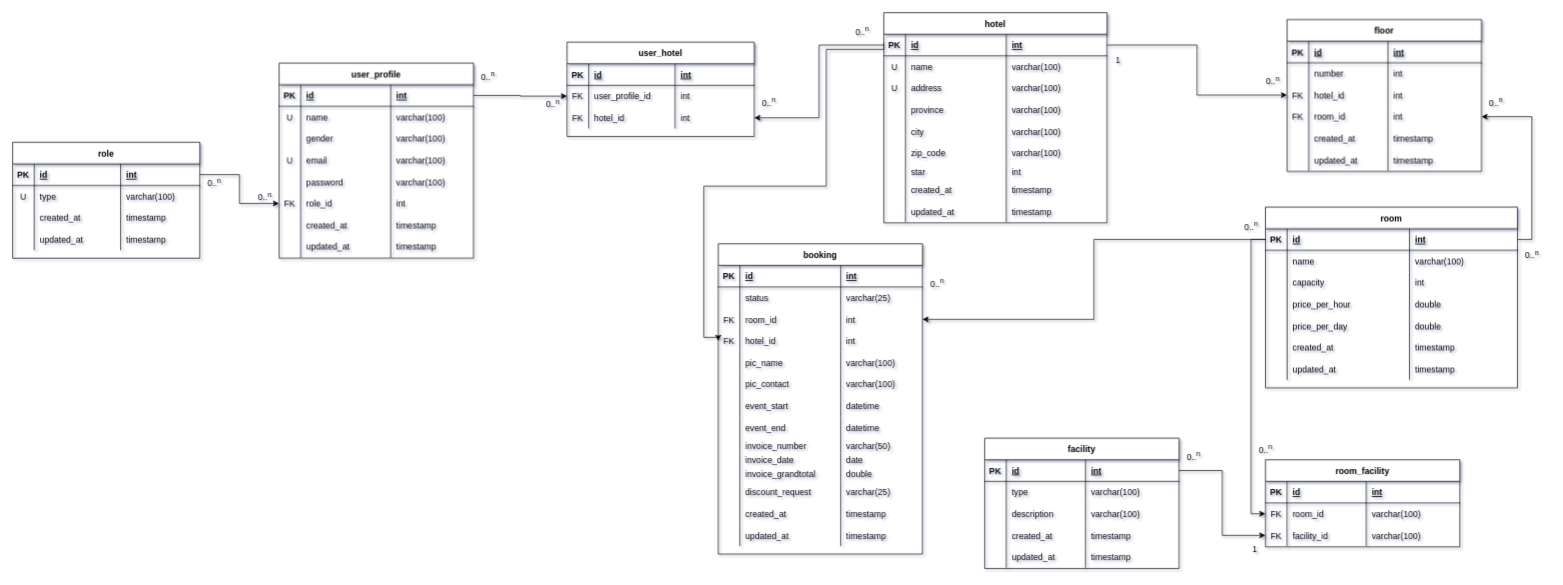
Earlier version of the draw.io diagram page "NEW ERD Master" (4 of 4) of entity_relationship_diagram/Booking_hotel.drawio (ariejanuarb/hotel_booking). Source tidied: cells renumbered, new cells numbered last; positions are measured from the earlier drawing's top-left corner, leaving out a move shared by most shapes. Both pictures are drawn from the tidied source at 72%, with x=0, y=0 at pixel (12, 12).
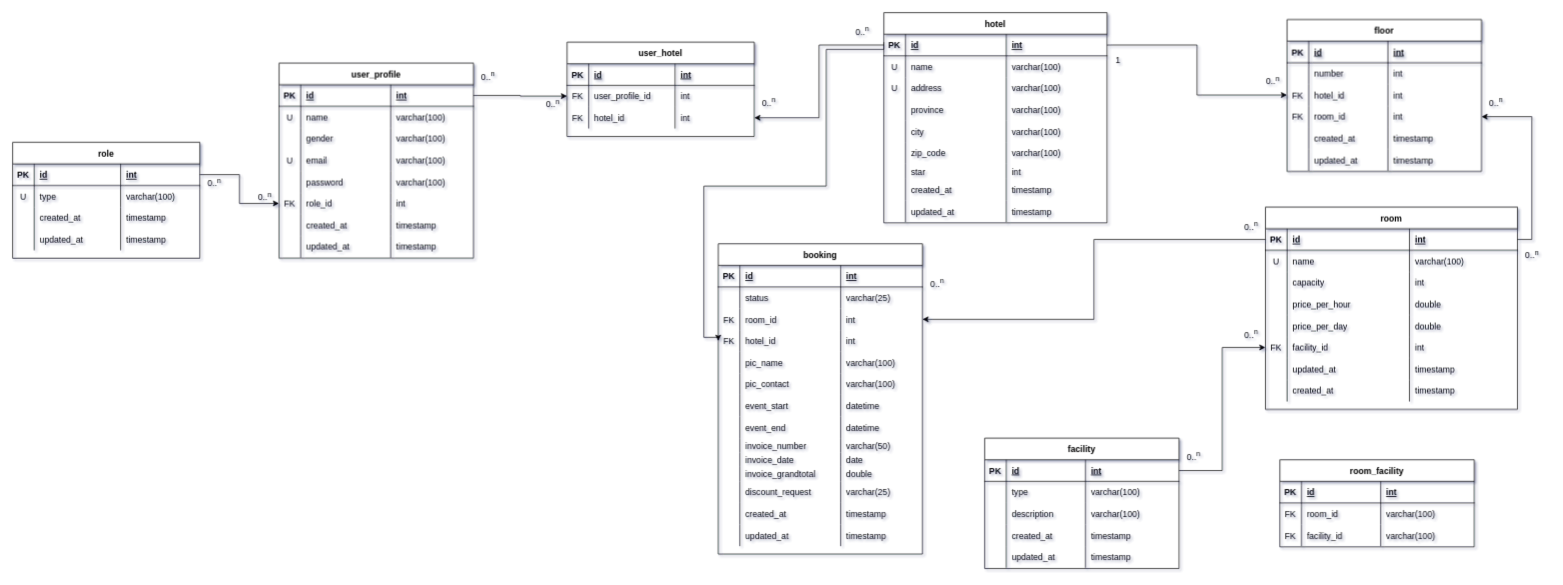
The same page after the edit.

Unchanged cells that the change refers to:
```xml
<mxCell id="78" style="shape=partialRectangle;fillColor=none;points=[[0,0.5],[1,0.5]];portConstraint=eastwest;top=0;left=0;right=0;bottom=1;" parent="77" vertex="1">
  <mxGeometry y="30" width="350" height="30" as="geometry" />
</mxCell>
<mxCell id="82" style="shape=partialRectangle;fillColor=none;top=0;left=0;right=0;bottom=0;" parent="77" vertex="1">
  <mxGeometry y="60" width="350" height="30" as="geometry" />
</mxCell>
<mxCell id="98" style="shape=partialRectangle;fillColor=none;points=[[0,0.5],[1,0.5]];portConstraint=eastwest;top=0;left=0;right=0;bottom=0;" parent="77" vertex="1">
  <mxGeometry y="180" width="350" height="30" as="geometry" />
</mxCell>
<mxCell id="206" style="shape=partialRectangle;fillColor=none;points=[[0,0.5],[1,0.5]];portConstraint=eastwest;top=0;left=0;right=0;bottom=1;" parent="205" vertex="1">
  <mxGeometry y="30" width="270" height="30" as="geometry" />
</mxCell>
<mxCell id="236" style="shape=partialRectangle;fillColor=none;points=[[0,0.5],[1,0.5]];portConstraint=eastwest;top=0;left=0;right=0;bottom=0;" parent="231" vertex="1">
  <mxGeometry y="60" width="270" height="30" as="geometry" />
</mxCell>
<mxCell id="240" style="shape=partialRectangle;fillColor=none;points=[[0,0.5],[1,0.5]];portConstraint=eastwest;top=0;left=0;right=0;bottom=0;" parent="231" vertex="1">
  <mxGeometry y="90" width="270" height="30" as="geometry" />
</mxCell>
```

Change to the diagram source:
```diff
@@
     <mxCell id="77" value="room" style="shape=table;startSize=30;childLayout=tableLayout;rowLines=0;fontStyle=1;align=center;" parent="1" vertex="1">
-      <mxGeometry x="1740" y="270" width="350" height="251" as="geometry" />
+      <mxGeometry x="1740" y="270" width="350" height="281" as="geometry" />
     </mxCell>
@@
-    <mxCell id="83" style="shape=partialRectangle;overflow=hidden;fillColor=none;top=0;left=0;bottom=0;right=0;" parent="82" vertex="1">
+    <mxCell id="83" value="U" style="shape=partialRectangle;overflow=hidden;fillColor=none;top=0;left=0;bottom=0;right=0;" parent="82" vertex="1">
       <mxGeometry width="30" height="30" as="geometry" />
     </mxCell>
@@
-    <mxCell id="99" style="shape=partialRectangle;overflow=hidden;fillColor=none;top=0;left=0;bottom=0;right=0;" parent="98" vertex="1">
+    <mxCell id="99" value="FK" style="shape=partialRectangle;overflow=hidden;fillColor=none;top=0;left=0;bottom=0;right=0;" parent="98" vertex="1">
       <mxGeometry width="30" height="30" as="geometry" />
     </mxCell>
-    <mxCell id="100" value="created_at" style="shape=partialRectangle;overflow=hidden;fillColor=none;top=0;left=0;bottom=0;right=0;align=left;spacingLeft=6;" parent="98" vertex="1">
+    <mxCell id="100" value="facility_id" style="shape=partialRectangle;overflow=hidden;fillColor=none;top=0;left=0;bottom=0;right=0;align=left;spacingLeft=6;" parent="98" vertex="1">
       <mxGeometry x="30" width="170" height="30" as="geometry" />
     </mxCell>
-    <mxCell id="101" value="timestamp" style="shape=partialRectangle;overflow=hidden;fillColor=none;top=0;left=0;bottom=0;right=0;align=left;spacingLeft=6;" parent="98" vertex="1">
+    <mxCell id="101" value="int" style="shape=partialRectangle;overflow=hidden;fillColor=none;top=0;left=0;bottom=0;right=0;align=left;spacingLeft=6;" parent="98" vertex="1">
       <mxGeometry x="200" width="150" height="30" as="geometry" />
     </mxCell>
@@
+    <mxCell id="271" style="shape=partialRectangle;fillColor=none;top=0;left=0;right=0;bottom=0;" parent="77" vertex="1">
+      <mxGeometry y="240" width="350" height="30" as="geometry" />
+    </mxCell>
+    <mxCell id="272" style="shape=partialRectangle;overflow=hidden;fillColor=none;top=0;left=0;bottom=0;right=0;" parent="271" vertex="1">
+      <mxGeometry width="30" height="30" as="geometry" />
+    </mxCell>
+    <mxCell id="273" value="created_at" style="shape=partialRectangle;overflow=hidden;fillColor=none;top=0;left=0;bottom=0;right=0;align=left;spacingLeft=6;" parent="271" vertex="1">
+      <mxGeometry x="30" width="170" height="30" as="geometry" />
+    </mxCell>
+    <mxCell id="274" value="timestamp" style="shape=partialRectangle;overflow=hidden;fillColor=none;top=0;left=0;bottom=0;right=0;align=left;spacingLeft=6;" parent="271" vertex="1">
+      <mxGeometry x="200" width="150" height="30" as="geometry" />
+    </mxCell>
@@
-    <mxCell id="226" style="edgeStyle=orthogonalEdgeStyle;rounded=0;jettySize=auto;html=1;exitX=1;exitY=0.5;exitDx=0;exitDy=0;" parent="1" edge="1" source="206" target="240">
+    <mxCell id="226" style="edgeStyle=orthogonalEdgeStyle;rounded=0;jettySize=auto;html=1;exitX=1;exitY=0.5;exitDx=0;exitDy=0;entryX=0;entryY=0.5;entryDx=0;entryDy=0;" parent="1" edge="1" source="206" target="98">
       <mxGeometry relative="1" as="geometry" />
     </mxCell>
@@
-    <mxCell id="228" value="0..&lt;sup&gt;n&lt;/sup&gt;" style="text;html=1;align=center;verticalAlign=middle;strokeColor=none;fillColor=none;" parent="1" vertex="1">
-      <mxGeometry x="1720" y="591" width="40" height="30" as="geometry" />
-    </mxCell>
@@
     <mxCell id="231" value="room_facility" style="shape=table;startSize=30;childLayout=tableLayout;rowLines=0;fontStyle=1;align=center;" parent="1" vertex="1">
-      <mxGeometry x="1740" y="621" width="270" height="121" as="geometry" />
+      <mxGeometry x="1760" y="621" width="270" height="121" as="geometry" />
     </mxCell>
@@
-    <mxCell id="244" value="1" style="text;html=1;align=center;verticalAlign=middle;strokeColor=none;fillColor=none;" parent="1" vertex="1">
-      <mxGeometry x="1710" y="731" width="30" height="30" as="geometry" />
-    </mxCell>
@@
-    <mxCell id="266" style="edgeStyle=orthogonalEdgeStyle;rounded=0;jettySize=auto;html=1;exitX=0;exitY=0.5;exitDx=0;exitDy=0;entryX=0;entryY=0.5;entryDx=0;entryDy=0;" parent="1" edge="1" source="78" target="236">
-      <mxGeometry relative="1" as="geometry" />
-    </mxCell>
@@
+    <mxCell id="228" value="0..&lt;sup&gt;n&lt;/sup&gt;" style="text;html=1;align=center;verticalAlign=middle;strokeColor=none;fillColor=none;" parent="1" vertex="1">
+      <mxGeometry x="1700" y="431" width="40" height="30" as="geometry" />
+    </mxCell>
```
